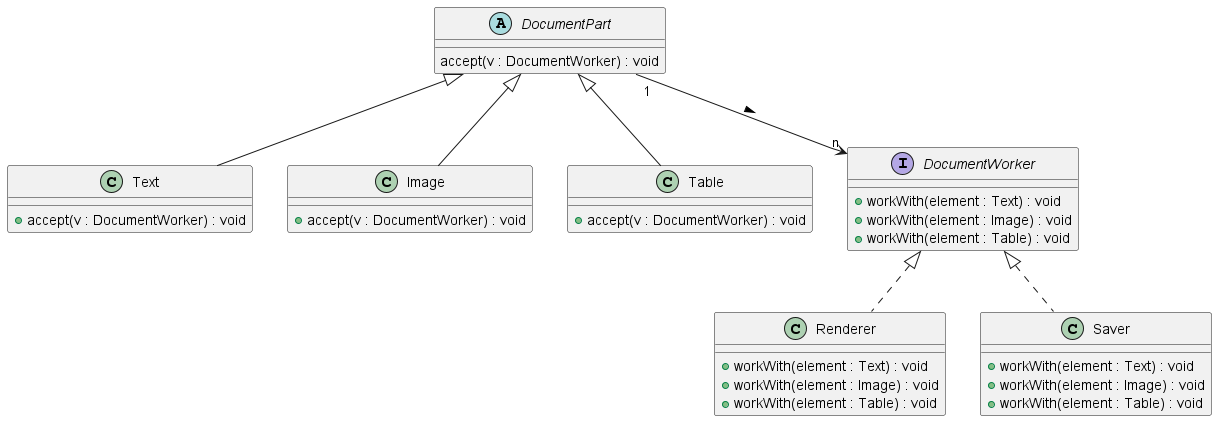
This is dojo-dungeon/todo-assets/Fragen_Pattern/UML_Klassendiagramm7.png from Dungeon-CampusMinden/Dungeon, a PlantUML export, as it was before one commit.
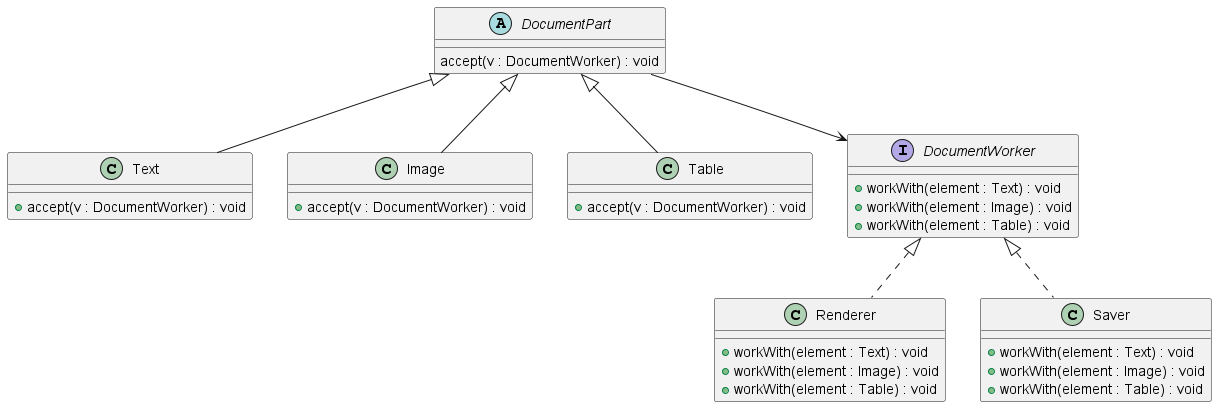
Later version of the same file.

Diff of the diagram source:
```diff
@@ -30,5 +30,5 @@
     +workWith(element : Table) : void
 }
 
-DocumentPart "1" --> "n" DocumentWorker : >
+DocumentPart --> DocumentWorker
 @enduml
```
